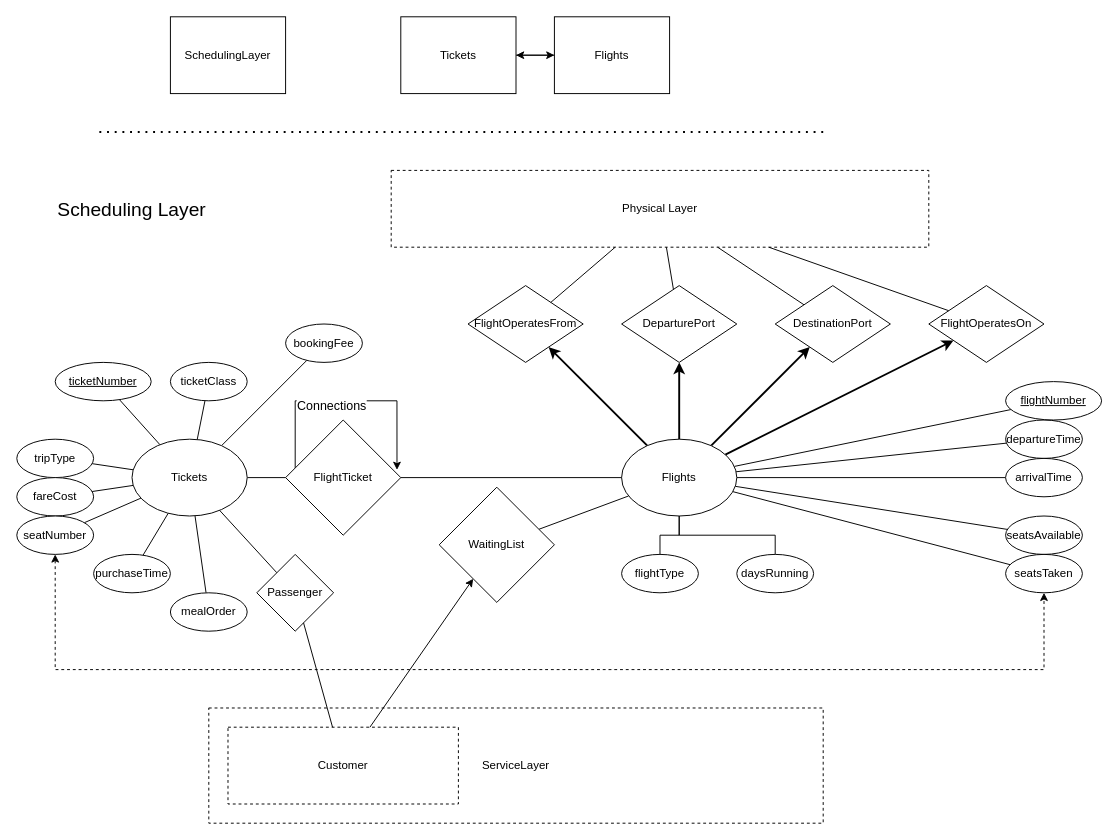
Above: page "SchedulingLayer" (4 of 7) of ERDiagram.drawio in kyle4036/DatabaseManagement2026Project1 (draw.io), before the change. Source tidied: cells renumbered, new cells numbered last; positions are measured from the earlier drawing's top-left corner, leaving out a move shared by most shapes. Both pictures are drawn from the tidied source at 96%, with x=0, y=0 at pixel (16, 16).
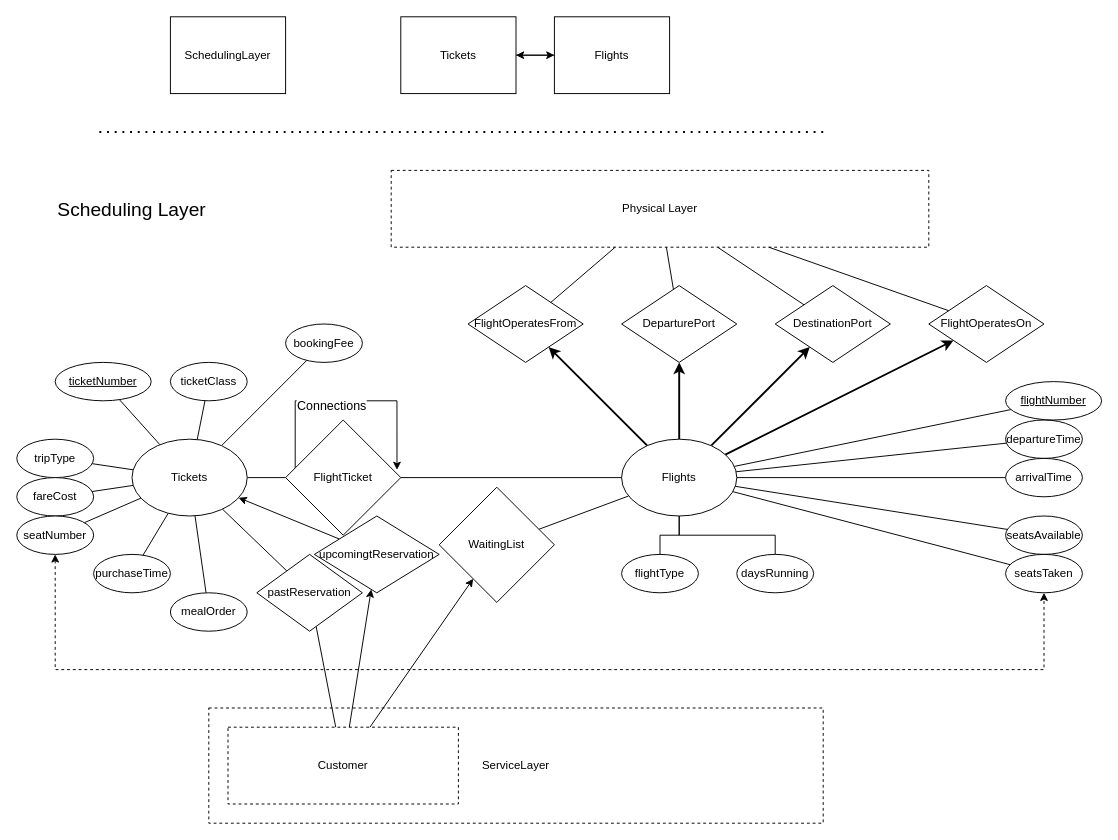
After the change.

Unchanged cells that the change refers to:
```xml
<mxCell id="31" value="Tickets" style="ellipse;whiteSpace=wrap;html=1;" parent="1" vertex="1">
  <mxGeometry x="120" y="440" width="120" height="80" as="geometry" />
</mxCell>
<mxCell id="61" value="Customer" style="rounded=0;whiteSpace=wrap;html=1;dashed=1;" parent="59" vertex="1">
  <mxGeometry x="20" y="20" width="240" height="80" as="geometry" />
</mxCell>
```

Change to the diagram source:
```diff
@@
-    <mxCell id="56" value="Passenger" style="rhombus;whiteSpace=wrap;html=1;" parent="1" vertex="1">
-      <mxGeometry x="250" y="560" width="80" height="80" as="geometry" />
+    <mxCell id="56" value="pastReservation" style="rhombus;whiteSpace=wrap;html=1;" parent="1" vertex="1">
+      <mxGeometry x="250" y="560" width="110" height="80" as="geometry" />
     </mxCell>
@@
+    <mxCell id="70" style="rounded=0;jettySize=auto;html=1;" parent="1" edge="1" source="71" target="31">
+      <mxGeometry relative="1" as="geometry" />
+    </mxCell>
+    <mxCell id="71" value="upcomingtReservation" style="rhombus;whiteSpace=wrap;html=1;" parent="1" vertex="1">
+      <mxGeometry x="310" y="520" width="130" height="80" as="geometry" />
+    </mxCell>
+    <mxCell id="72" style="rounded=0;jettySize=auto;html=1;" parent="1" edge="1" source="61" target="71">
+      <mxGeometry relative="1" as="geometry" />
+    </mxCell>
```
